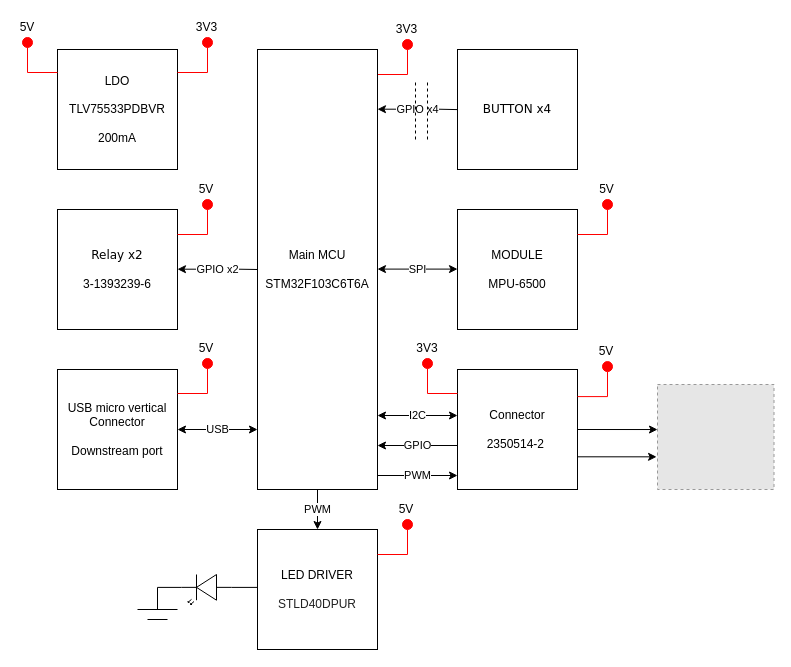
This is DOCUMENTATION/Structure diagram.drawio from vpodlesnyi/Gastroscopy-CutController, a draw.io file, before an edit. Source tidied: cells renumbered, new cells numbered last; positions are measured from the earlier drawing's top-left corner, leaving out a move shared by most shapes. Both pictures are drawn from the tidied source at 100%, with x=0, y=0 at pixel (17, 17). Pictures stored in the file or linked from it are replaced by grey dashed boxes.
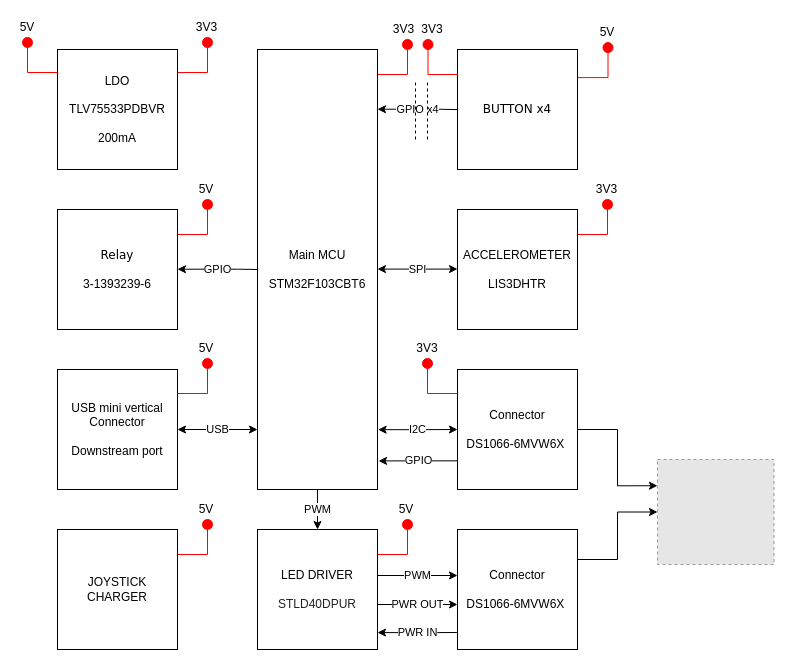
Above is the later version.

Unchanged cells that the change refers to:
```xml
<mxCell id="63" value="LED DRIVER&lt;br&gt;&lt;br&gt;&lt;span style=&quot;color: rgb(34, 34, 34); text-align: left; background-color: rgb(255, 255, 255);&quot;&gt;STLD40DPUR&lt;/span&gt;" style="rounded=0;whiteSpace=wrap;html=1;" parent="1" vertex="1">
  <mxGeometry x="240" y="512" width="120" height="120" as="geometry" />
</mxCell>
```

Change to the diagram source:
```diff
@@
-    <mxCell id="2" value="MODULE&lt;br&gt;&lt;br&gt;MPU-6500" style="whiteSpace=wrap;html=1;" parent="1" vertex="1">
+    <mxCell id="2" value="ACCELEROMETER&lt;br&gt;&lt;br&gt;LIS3DHTR" style="whiteSpace=wrap;html=1;" parent="1" vertex="1">
       <mxGeometry x="440" y="192" width="120" height="120" as="geometry" />
     </mxCell>
-    <mxCell id="3" value="I2C" style="edgeStyle=orthogonalEdgeStyle;rounded=0;orthogonalLoop=1;jettySize=auto;html=1;exitX=1;exitY=0.5;exitDx=0;exitDy=0;entryX=0;entryY=0.25;entryDx=0;entryDy=0;startArrow=classic;startFill=1;" parent="1" edge="1">
-      <mxGeometry relative="1" as="geometry">
-        <mxPoint x="360" y="398" as="sourcePoint" />
-        <mxPoint x="440" y="398" as="targetPoint" />
-      </mxGeometry>
+    <mxCell id="3" value="I2C" style="edgeStyle=orthogonalEdgeStyle;rounded=0;jettySize=auto;html=1;exitX=1.005;exitY=0.864;exitDx=0;exitDy=0;entryX=0;entryY=0.5;entryDx=0;entryDy=0;startArrow=classic;startFill=1;exitPerimeter=0;" parent="1" edge="1" source="42" target="35">
+      <mxGeometry relative="1" as="geometry" />
     </mxCell>
-    <mxCell id="4" value="PWM" style="edgeStyle=orthogonalEdgeStyle;rounded=0;orthogonalLoop=1;jettySize=auto;html=1;exitX=1;exitY=0.75;exitDx=0;exitDy=0;entryX=0;entryY=0.75;entryDx=0;entryDy=0;startArrow=none;startFill=0;" parent="1" edge="1">
-      <mxGeometry relative="1" as="geometry">
-        <mxPoint x="360" y="458" as="sourcePoint" />
-        <mxPoint x="440" y="458" as="targetPoint" />
-      </mxGeometry>
-    </mxCell>
@@
     <mxCell id="9" value="3V3" style="text;html=1;strokeColor=none;fillColor=none;align=center;verticalAlign=middle;whiteSpace=wrap;rounded=0;" parent="1" vertex="1">
-      <mxGeometry x="374" y="2" width="31.2" height="20" as="geometry" />
+      <mxGeometry x="371" y="2" width="31.2" height="20" as="geometry" />
     </mxCell>
@@
-    <mxCell id="14" value="5V" style="text;html=1;strokeColor=none;fillColor=none;align=center;verticalAlign=middle;whiteSpace=wrap;rounded=0;" parent="1" vertex="1">
+    <mxCell id="14" value="3V3" style="text;html=1;strokeColor=none;fillColor=none;align=center;verticalAlign=middle;whiteSpace=wrap;rounded=0;" parent="1" vertex="1">
       <mxGeometry x="574" y="162" width="31.2" height="20" as="geometry" />
     </mxCell>
@@
-    <mxCell id="16" value="USB micro vertical&lt;br&gt;Connector&lt;br&gt;&lt;br&gt;Downstream port" style="rounded=0;whiteSpace=wrap;html=1;" parent="1" vertex="1">
+    <mxCell id="16" value="USB mini vertical&lt;br&gt;Connector&lt;br&gt;&lt;br&gt;Downstream port" style="rounded=0;whiteSpace=wrap;html=1;" parent="1" vertex="1">
       <mxGeometry x="40" y="352" width="120" height="120" as="geometry" />
     </mxCell>
@@
-    <mxCell id="33" style="edgeStyle=orthogonalEdgeStyle;rounded=0;jettySize=auto;html=1;exitX=1;exitY=0.5;exitDx=0;exitDy=0;entryX=0;entryY=0.429;entryDx=0;entryDy=0;entryPerimeter=0;fontFamily=Helvetica;fontSize=12;fontColor=#000000;startArrow=none;startFill=0;" parent="1" edge="1" source="35" target="50">
+    <mxCell id="33" style="edgeStyle=orthogonalEdgeStyle;rounded=0;jettySize=auto;html=1;exitX=1;exitY=0.5;exitDx=0;exitDy=0;entryX=0;entryY=0.25;entryDx=0;entryDy=0;fontFamily=Helvetica;fontSize=12;fontColor=#000000;startArrow=none;startFill=0;" parent="1" edge="1" source="35" target="50">
       <mxGeometry relative="1" as="geometry" />
     </mxCell>
-    <mxCell id="34" style="edgeStyle=orthogonalEdgeStyle;rounded=0;jettySize=auto;html=1;exitX=1;exitY=0.75;exitDx=0;exitDy=0;entryX=-0.008;entryY=0.689;entryDx=0;entryDy=0;entryPerimeter=0;fontFamily=Helvetica;fontSize=12;fontColor=#000000;startArrow=none;startFill=0;" parent="1" edge="1" source="35" target="50">
-      <mxGeometry relative="1" as="geometry">
-        <Array as="points">
-          <mxPoint x="560" y="439" />
-        </Array>
-      </mxGeometry>
-    </mxCell>
-    <mxCell id="35" value="&lt;font style=&quot;font-size: 12px;&quot;&gt;Connector&lt;br&gt;&lt;br&gt;&lt;a style=&quot;box-sizing: border-box; -webkit-font-smoothing: antialiased; font-feature-settings: &amp;quot;kern&amp;quot;; margin: 0px; padding: 0px; -webkit-tap-highlight-color: transparent; border: 0px; font-variant-numeric: inherit; font-variant-east-asian: inherit; font-stretch: inherit; line-height: inherit; vertical-align: baseline; text-decoration-line: none; text-align: left; background-color: rgb(255, 255, 255); outline: 0px !important;&quot; class=&quot;oplp-url ng-scope&quot; href=&quot;https://www.te.com/usa-en/product-2350514-2.html&quot; target=&quot;_blank&quot;&gt;&lt;font style=&quot;font-size: 12px;&quot; color=&quot;#000000&quot;&gt;2350514-2&lt;/font&gt;&lt;/a&gt;&amp;nbsp;&lt;/font&gt;" style="whiteSpace=wrap;html=1;" parent="1" vertex="1">
+    <mxCell id="35" value="&lt;font style=&quot;&quot;&gt;Connector&lt;br&gt;&lt;br&gt;&lt;div style=&quot;text-align: left;&quot;&gt;&lt;span style=&quot;background-color: initial;&quot;&gt;DS1066-6MVW6X&lt;/span&gt;&lt;span style=&quot;font-size: 12px; background-color: initial;&quot;&gt;&amp;nbsp;&lt;/span&gt;&lt;/div&gt;&lt;/font&gt;" style="whiteSpace=wrap;html=1;" parent="1" vertex="1">
       <mxGeometry x="440" y="352" width="120" height="120" as="geometry" />
     </mxCell>
-    <mxCell id="36" style="endArrow=none;html=1;rounded=0;strokeColor=#FF0000;" parent="1" edge="1">
-      <mxGeometry relative="1" as="geometry">
-        <mxPoint x="560" y="379.1" as="sourcePoint" />
-        <mxPoint x="590" y="379.1" as="targetPoint" />
-      </mxGeometry>
-    </mxCell>
-    <mxCell id="37" style="endArrow=none;html=1;rounded=0;strokeColor=#FF0000;startArrow=none;" parent="1" edge="1" source="38">
-      <mxGeometry relative="1" as="geometry">
-        <mxPoint x="590" y="349.1" as="targetPoint" />
-      </mxGeometry>
-    </mxCell>
-    <mxCell id="38" style="ellipse;whiteSpace=wrap;html=1;strokeColor=#FF0000;fillColor=#FF0000;" parent="1" vertex="1">
-      <mxGeometry x="585" y="344.1" width="10" height="10" as="geometry" />
-    </mxCell>
-    <mxCell id="39" style="endArrow=none;html=1;rounded=0;strokeColor=#FF0000;" parent="1" edge="1" target="38">
-      <mxGeometry relative="1" as="geometry">
-        <mxPoint x="590" y="379.1" as="sourcePoint" />
-      </mxGeometry>
-    </mxCell>
-    <mxCell id="40" value="5V" style="text;html=1;strokeColor=none;fillColor=none;align=center;verticalAlign=middle;whiteSpace=wrap;rounded=0;" parent="1" vertex="1">
-      <mxGeometry x="579" y="324.1" width="20" height="20" as="geometry" />
-    </mxCell>
@@
-    <mxCell id="42" value="Main MCU&lt;br&gt;&lt;br&gt;STM32F103C6T6A" style="rounded=0;whiteSpace=wrap;html=1;" parent="1" vertex="1">
+    <mxCell id="42" value="Main MCU&lt;br&gt;&lt;br&gt;STM32F103CBT6" style="rounded=0;whiteSpace=wrap;html=1;" parent="1" vertex="1">
       <mxGeometry x="240" y="32" width="120" height="440" as="geometry" />
     </mxCell>
-    <mxCell id="43" value="GPIO" style="edgeStyle=orthogonalEdgeStyle;rounded=0;orthogonalLoop=1;jettySize=auto;html=1;exitX=1;exitY=0.75;exitDx=0;exitDy=0;startArrow=classic;startFill=1;endArrow=none;endFill=0;" parent="1" edge="1">
-      <mxGeometry relative="1" as="geometry">
-        <mxPoint x="360" y="428" as="sourcePoint" />
-        <mxPoint x="440" y="428" as="targetPoint" />
-      </mxGeometry>
-    </mxCell>
-    <mxCell id="44" value="&lt;span style=&quot;font-family: Montserrat, Verdana, &amp;quot;DejaVu Sans&amp;quot;, sans-serif; font-size: 12px; text-align: start;&quot;&gt;Relay х2&lt;br&gt;&lt;br&gt;&lt;/span&gt;3-1393239-6&lt;span style=&quot;font-family: Montserrat, Verdana, &amp;quot;DejaVu Sans&amp;quot;, sans-serif; font-size: 12px; text-align: start;&quot;&gt;&lt;br&gt;&lt;/span&gt;" style="whiteSpace=wrap;html=1;fontSize=12;fontStyle=0;verticalAlign=middle;" parent="1" vertex="1">
+    <mxCell id="44" value="&lt;span style=&quot;font-family: Montserrat, Verdana, &amp;quot;DejaVu Sans&amp;quot;, sans-serif; font-size: 12px; text-align: start;&quot;&gt;Relay&lt;br&gt;&lt;br&gt;&lt;/span&gt;3-1393239-6&lt;span style=&quot;font-family: Montserrat, Verdana, &amp;quot;DejaVu Sans&amp;quot;, sans-serif; font-size: 12px; text-align: start;&quot;&gt;&lt;br&gt;&lt;/span&gt;" style="whiteSpace=wrap;html=1;fontSize=12;fontStyle=0;verticalAlign=middle;" parent="1" vertex="1">
       <mxGeometry x="40" y="192" width="120" height="120" as="geometry" />
     </mxCell>
@@
     <mxCell id="50" style="fillColor=#E6E6E6;strokeColor=#999999;dashed=1;verticalLabelPosition=bottom;labelBackgroundColor=default;verticalAlign=top;" parent="1" vertex="1">
-      <mxGeometry x="640" y="367" width="116.5" height="105" as="geometry" />
+      <mxGeometry x="640" y="442" width="116.5" height="105" as="geometry" />
     </mxCell>
@@
-    <mxCell id="61" value="GPIO x2" style="edgeStyle=orthogonalEdgeStyle;rounded=0;orthogonalLoop=1;jettySize=auto;html=1;exitX=1;exitY=0.5;exitDx=0;exitDy=0;startArrow=classic;startFill=1;endArrow=none;endFill=0;" parent="1" edge="1">
+    <mxCell id="61" value="GPIO" style="edgeStyle=orthogonalEdgeStyle;rounded=0;orthogonalLoop=1;jettySize=auto;html=1;exitX=1;exitY=0.5;exitDx=0;exitDy=0;startArrow=classic;startFill=1;endArrow=none;endFill=0;" parent="1" edge="1">
       <mxGeometry relative="1" as="geometry">
         <mxPoint x="160" y="251.7" as="sourcePoint" />
         <mxPoint x="240" y="252" as="targetPoint" />
         <Array as="points">
           <mxPoint x="220" y="252" />
           <mxPoint x="220" y="252" />
         </Array>
       </mxGeometry>
     </mxCell>
-    <mxCell id="62" style="edgeStyle=orthogonalEdgeStyle;rounded=0;jettySize=auto;html=1;exitX=0;exitY=0.5;exitDx=0;exitDy=0;entryX=0;entryY=0.57;entryDx=0;entryDy=0;entryPerimeter=0;endArrow=none;endFill=0;" parent="1" edge="1" source="63" target="70">
-      <mxGeometry relative="1" as="geometry">
-        <Array as="points">
-          <mxPoint x="240" y="570" />
-        </Array>
-      </mxGeometry>
-    </mxCell>
+    <mxCell id="4" value="PWM" style="edgeStyle=orthogonalEdgeStyle;rounded=0;orthogonalLoop=1;jettySize=auto;html=1;exitX=1;exitY=0.5;exitDx=0;exitDy=0;entryX=0;entryY=0.5;entryDx=0;entryDy=0;endArrow=classic;endFill=1;" parent="1" edge="1">
+      <mxGeometry relative="1" as="geometry">
+        <mxPoint x="360" y="558" as="sourcePoint" />
+        <mxPoint x="440" y="558" as="targetPoint" />
+      </mxGeometry>
+    </mxCell>
+    <mxCell id="74" value="PWR OUT" style="edgeStyle=none;rounded=0;orthogonalLoop=1;jettySize=auto;html=1;exitX=1;exitY=0.75;exitDx=0;exitDy=0;entryX=0;entryY=0.75;entryDx=0;entryDy=0;endArrow=classic;endFill=1;" parent="1" edge="1">
+      <mxGeometry relative="1" as="geometry">
+        <mxPoint x="360" y="587" as="sourcePoint" />
+        <mxPoint x="440" y="587" as="targetPoint" />
+      </mxGeometry>
+    </mxCell>
@@
-    <mxCell id="69" style="edgeStyle=orthogonalEdgeStyle;rounded=0;jettySize=auto;html=1;exitX=1;exitY=0.57;exitDx=0;exitDy=0;exitPerimeter=0;endArrow=none;endFill=0;" parent="1" edge="1" source="70">
-      <mxGeometry relative="1" as="geometry">
-        <mxPoint x="140" y="582" as="targetPoint" />
-      </mxGeometry>
-    </mxCell>
-    <mxCell id="70" style="verticalLabelPosition=bottom;shadow=0;dashed=0;align=center;html=1;verticalAlign=top;shape=mxgraph.electrical.opto_electronics.led_2;rotation=-180;" parent="1" vertex="1">
-      <mxGeometry x="164" y="557" width="50" height="30" as="geometry" />
-    </mxCell>
-    <mxCell id="71" style="endArrow=none;html=1;rounded=0;" parent="1" edge="1">
-      <mxGeometry relative="1" as="geometry">
-        <mxPoint x="120" y="592" as="sourcePoint" />
-        <mxPoint x="160" y="592" as="targetPoint" />
-      </mxGeometry>
-    </mxCell>
-    <mxCell id="72" style="endArrow=none;html=1;rounded=0;" parent="1" edge="1">
-      <mxGeometry relative="1" as="geometry">
-        <mxPoint x="130" y="602" as="sourcePoint" />
-        <mxPoint x="150" y="602" as="targetPoint" />
-      </mxGeometry>
-    </mxCell>
-    <mxCell id="73" style="endArrow=none;html=1;rounded=0;" parent="1" edge="1">
-      <mxGeometry relative="1" as="geometry">
-        <mxPoint x="140" y="592" as="sourcePoint" />
-        <mxPoint x="140" y="572" as="targetPoint" />
-      </mxGeometry>
-    </mxCell>
+    <mxCell id="75" value="JOYSTICK CHARGER" style="rounded=0;whiteSpace=wrap;html=1;" parent="1" vertex="1">
+      <mxGeometry x="40" y="512" width="120" height="120" as="geometry" />
+    </mxCell>
+    <mxCell id="76" style="endArrow=none;html=1;rounded=0;strokeColor=#FF0000;" parent="1" edge="1">
+      <mxGeometry relative="1" as="geometry">
+        <mxPoint x="160" y="537" as="sourcePoint" />
+        <mxPoint x="190" y="537" as="targetPoint" />
+      </mxGeometry>
+    </mxCell>
+    <mxCell id="77" style="endArrow=none;html=1;rounded=0;strokeColor=#FF0000;startArrow=none;" parent="1" edge="1" source="78">
+      <mxGeometry relative="1" as="geometry">
+        <mxPoint x="190" y="507" as="targetPoint" />
+      </mxGeometry>
+    </mxCell>
+    <mxCell id="78" style="ellipse;whiteSpace=wrap;html=1;strokeColor=#FF0000;fillColor=#FF0000;" parent="1" vertex="1">
+      <mxGeometry x="185" y="502" width="10" height="10" as="geometry" />
+    </mxCell>
+    <mxCell id="79" style="endArrow=none;html=1;rounded=0;strokeColor=#FF0000;" parent="1" edge="1" target="78">
+      <mxGeometry relative="1" as="geometry">
+        <mxPoint x="190" y="537" as="sourcePoint" />
+      </mxGeometry>
+    </mxCell>
+    <mxCell id="80" value="5V" style="text;html=1;strokeColor=none;fillColor=none;align=center;verticalAlign=middle;whiteSpace=wrap;rounded=0;" parent="1" vertex="1">
+      <mxGeometry x="179" y="482" width="20" height="20" as="geometry" />
+    </mxCell>
+    <mxCell id="81" style="endArrow=none;html=1;rounded=0;strokeColor=#FF0000;" parent="1" edge="1">
+      <mxGeometry relative="1" as="geometry">
+        <mxPoint x="560.5" y="60.1" as="sourcePoint" />
+        <mxPoint x="590.5" y="60.1" as="targetPoint" />
+      </mxGeometry>
+    </mxCell>
+    <mxCell id="82" style="endArrow=none;html=1;rounded=0;strokeColor=#FF0000;startArrow=none;" parent="1" edge="1" source="83">
+      <mxGeometry relative="1" as="geometry">
+        <mxPoint x="590.5" y="30.1" as="targetPoint" />
+      </mxGeometry>
+    </mxCell>
+    <mxCell id="83" style="ellipse;whiteSpace=wrap;html=1;strokeColor=#FF0000;fillColor=#FF0000;" parent="1" vertex="1">
+      <mxGeometry x="585.5" y="25.1" width="10" height="10" as="geometry" />
+    </mxCell>
+    <mxCell id="84" style="endArrow=none;html=1;rounded=0;strokeColor=#FF0000;" parent="1" edge="1" target="83">
+      <mxGeometry relative="1" as="geometry">
+        <mxPoint x="590.5" y="60.1" as="sourcePoint" />
+      </mxGeometry>
+    </mxCell>
+    <mxCell id="85" value="5V" style="text;html=1;strokeColor=none;fillColor=none;align=center;verticalAlign=middle;whiteSpace=wrap;rounded=0;" parent="1" vertex="1">
+      <mxGeometry x="579.5" y="5.1" width="20" height="20" as="geometry" />
+    </mxCell>
+    <mxCell id="86" style="endArrow=none;html=1;rounded=0;strokeColor=#FF0000;" parent="1" edge="1">
+      <mxGeometry relative="1" as="geometry">
+        <mxPoint x="440.5" y="57" as="sourcePoint" />
+        <mxPoint x="410.5" y="57" as="targetPoint" />
+      </mxGeometry>
+    </mxCell>
+    <mxCell id="87" style="endArrow=none;html=1;rounded=0;strokeColor=#FF0000;startArrow=none;" parent="1" edge="1" source="88">
+      <mxGeometry relative="1" as="geometry">
+        <mxPoint x="410.5" y="27" as="targetPoint" />
+      </mxGeometry>
+    </mxCell>
+    <mxCell id="88" style="ellipse;whiteSpace=wrap;html=1;strokeColor=#FF0000;fillColor=#FF0000;" parent="1" vertex="1">
+      <mxGeometry x="405.5" y="22" width="10" height="10" as="geometry" />
+    </mxCell>
+    <mxCell id="89" style="endArrow=none;html=1;rounded=0;strokeColor=#FF0000;" parent="1" edge="1" target="88">
+      <mxGeometry relative="1" as="geometry">
+        <mxPoint x="410.5" y="57" as="sourcePoint" />
+      </mxGeometry>
+    </mxCell>
+    <mxCell id="90" value="3V3" style="text;html=1;strokeColor=none;fillColor=none;align=center;verticalAlign=middle;whiteSpace=wrap;rounded=0;" parent="1" vertex="1">
+      <mxGeometry x="404.5" y="2" width="20" height="20" as="geometry" />
+    </mxCell>
+    <mxCell id="91" style="edgeStyle=orthogonalEdgeStyle;rounded=0;jettySize=auto;html=1;exitX=1;exitY=0.25;exitDx=0;exitDy=0;entryX=0;entryY=0.5;entryDx=0;entryDy=0;endArrow=classic;endFill=1;" parent="1" edge="1" source="92" target="50">
+      <mxGeometry relative="1" as="geometry" />
+    </mxCell>
+    <mxCell id="92" value="Connector&lt;br style=&quot;border-color: var(--border-color);&quot;&gt;&lt;br style=&quot;border-color: var(--border-color);&quot;&gt;&lt;div style=&quot;border-color: var(--border-color); text-align: left;&quot;&gt;&lt;span style=&quot;border-color: var(--border-color); background-color: initial;&quot;&gt;DS1066-6MVW6X&lt;/span&gt;&lt;span style=&quot;border-color: var(--border-color); background-color: initial;&quot;&gt;&amp;nbsp;&lt;/span&gt;&lt;/div&gt;" style="whiteSpace=wrap;html=1;" parent="1" vertex="1">
+      <mxGeometry x="440" y="512" width="120" height="120" as="geometry" />
+    </mxCell>
+    <mxCell id="43" value="GPIO" style="edgeStyle=orthogonalEdgeStyle;rounded=0;jettySize=auto;html=1;exitX=1.009;exitY=0.935;exitDx=0;exitDy=0;startArrow=classic;startFill=1;endArrow=none;endFill=0;entryX=0.004;entryY=0.761;entryDx=0;entryDy=0;entryPerimeter=0;exitPerimeter=0;" parent="1" edge="1" source="42" target="35">
+      <mxGeometry relative="1" as="geometry" />
+    </mxCell>
+    <mxCell id="93" value="PWR IN" style="edgeStyle=orthogonalEdgeStyle;rounded=0;orthogonalLoop=1;jettySize=auto;html=1;exitX=1.009;exitY=0.935;exitDx=0;exitDy=0;startArrow=classic;startFill=1;endArrow=none;endFill=0;entryX=0.004;entryY=0.761;entryDx=0;entryDy=0;entryPerimeter=0;exitPerimeter=0;" parent="1" edge="1">
+      <mxGeometry relative="1" as="geometry">
+        <mxPoint x="360" y="615.1" as="sourcePoint" />
+        <mxPoint x="439.4" y="615" as="targetPoint" />
+        <Array as="points">
+          <mxPoint x="420" y="615" />
+          <mxPoint x="420" y="615" />
+        </Array>
+      </mxGeometry>
+    </mxCell>
```
